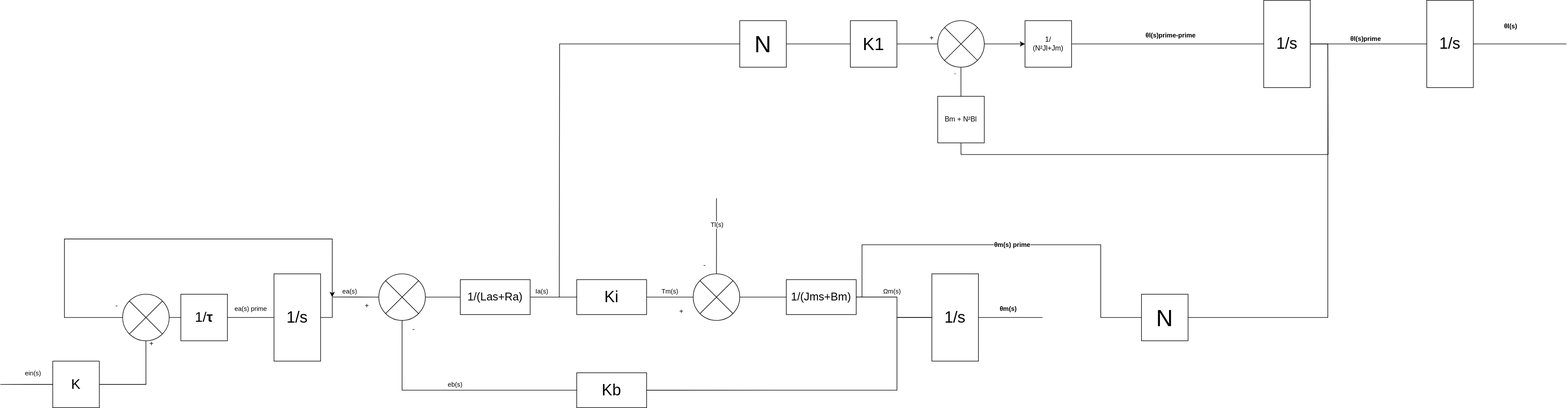
The draw.io diagram schema_bloc_S5_APP3.svg in cdg66/GE-S5-APP3, before a commit. Source tidied: cells renumbered, new cells last; positions are measured from the earlier drawing's top-left corner, leaving out a move shared by most shapes.
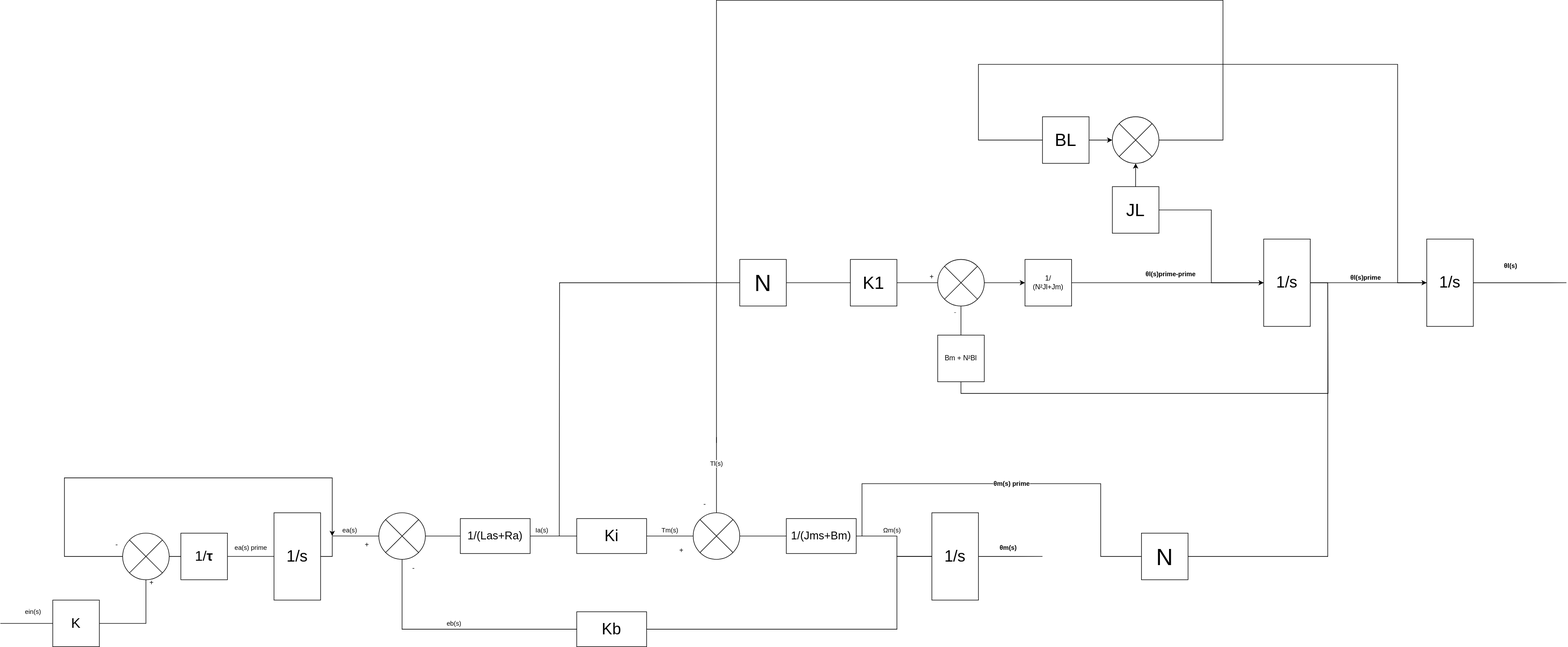
After the change.

What changed in the source:
```diff
@@ -220,5 +220,43 @@
     <mxCell id="57" value="&lt;font style=&quot;font-size: 40px;&quot;&gt;N&lt;/font&gt;" style="whiteSpace=wrap;html=1;" parent="1" vertex="1">
       <mxGeometry x="1270" y="35" width="80" height="80" as="geometry" />
     </mxCell>
+    <mxCell id="58" style="edgeStyle=orthogonalEdgeStyle;rounded=0;jettySize=auto;html=1;exitX=1;exitY=0.5;exitDx=0;exitDy=0;entryX=0;entryY=0.5;entryDx=0;entryDy=0;" parent="1" edge="1" source="60" target="8">
+      <mxGeometry relative="1" as="geometry" />
+    </mxCell>
+    <mxCell id="59" style="edgeStyle=orthogonalEdgeStyle;rounded=0;jettySize=auto;html=1;entryX=0.5;entryY=1;entryDx=0;entryDy=0;" parent="1" edge="1" source="60" target="62">
+      <mxGeometry relative="1" as="geometry" />
+    </mxCell>
+    <mxCell id="60" value="&lt;font style=&quot;font-size: 30px;&quot;&gt;JL&lt;/font&gt;" style="whiteSpace=wrap;html=1;" parent="1" vertex="1">
+      <mxGeometry x="1910" y="-90" width="80" height="80" as="geometry" />
+    </mxCell>
+    <mxCell id="61" style="edgeStyle=orthogonalEdgeStyle;rounded=0;jettySize=auto;html=1;endArrow=none;endFill=0;" parent="1" edge="1" source="62">
+      <mxGeometry relative="1" as="geometry">
+        <mxPoint x="1230" y="350" as="targetPoint" />
+        <Array as="points">
+          <mxPoint x="2100" y="-170" />
+          <mxPoint x="2100" y="-410" />
+          <mxPoint x="1230" y="-410" />
+        </Array>
+      </mxGeometry>
+    </mxCell>
+    <mxCell id="62" style="shape=sumEllipse;perimeter=ellipsePerimeter;whiteSpace=wrap;html=1;backgroundOutline=1;" parent="1" vertex="1">
+      <mxGeometry x="1910" y="-210" width="80" height="80" as="geometry" />
+    </mxCell>
+    <mxCell id="63" style="edgeStyle=orthogonalEdgeStyle;rounded=0;jettySize=auto;html=1;entryX=0;entryY=0.5;entryDx=0;entryDy=0;" parent="1" edge="1" source="65" target="10">
+      <mxGeometry relative="1" as="geometry">
+        <Array as="points">
+          <mxPoint x="1680" y="-170" />
+          <mxPoint x="1680" y="-300" />
+          <mxPoint x="2400" y="-300" />
+          <mxPoint x="2400" y="75" />
+        </Array>
+      </mxGeometry>
+    </mxCell>
+    <mxCell id="64" style="edgeStyle=orthogonalEdgeStyle;rounded=0;jettySize=auto;html=1;exitX=1;exitY=0.5;exitDx=0;exitDy=0;" parent="1" edge="1" source="65" target="62">
+      <mxGeometry relative="1" as="geometry" />
+    </mxCell>
+    <mxCell id="65" value="&lt;font style=&quot;font-size: 30px;&quot;&gt;BL&lt;/font&gt;" style="whiteSpace=wrap;html=1;" parent="1" vertex="1">
+      <mxGeometry x="1790" y="-210" width="80" height="80" as="geometry" />
+    </mxCell>
   </root>
 </mxGraphModel>
```
